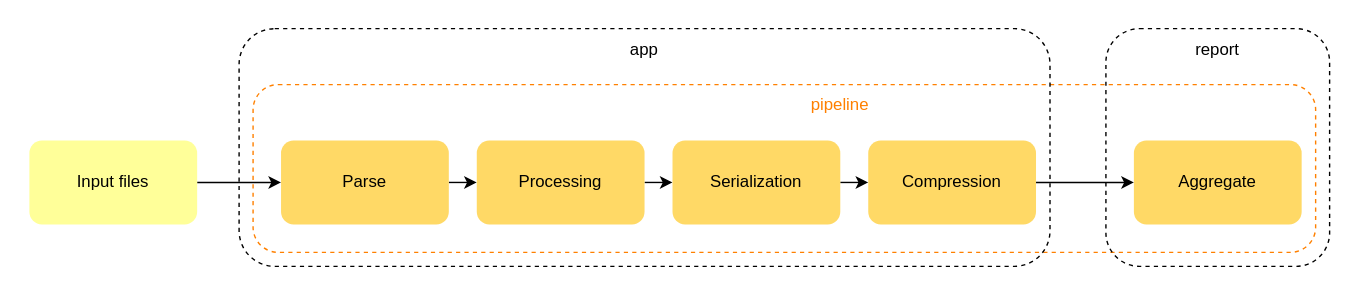
This is docs/media/pipeline.svg from mlomb/chat-analytics, a draw.io export, as it was before one commit. Source tidied: cells renumbered, new cells last; positions are measured from the earlier drawing's top-left corner, leaving out a move shared by most shapes.
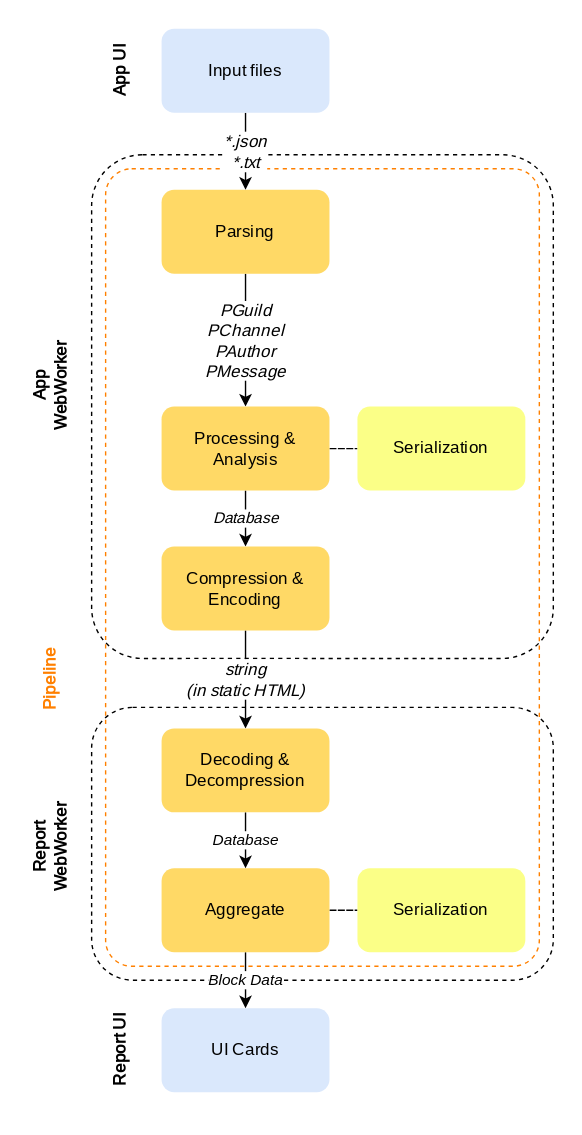
After the commit.

Diff of the diagram source:
```diff
@@ -1,57 +1,81 @@
-<mxGraphModel>
+<mxGraphModel background="#FFFFFF">
   <root>
     <mxCell id="0" />
     <mxCell id="1" parent="0" />
+    <mxCell id="3" style="rounded=1;whiteSpace=wrap;html=1;shadow=0;dashed=1;strokeWidth=1;fillColor=none;fontFamily=Open Sans;fontSource=https%3A%2F%2Ffonts.googleapis.com%2Fcss%3Ffamily%3DOpen%2BSans;glass=0;arcSize=11;" parent="1" vertex="1">
+      <mxGeometry x="80" width="330" height="360" as="geometry" />
+    </mxCell>
-    <mxCell id="2" style="rounded=1;whiteSpace=wrap;html=1;shadow=0;dashed=1;strokeWidth=1;fillColor=none;strokeColor=#FF8000;" parent="1" vertex="1">
-      <mxGeometry x="160" y="40" width="760" height="120" as="geometry" />
+    <mxCell id="2" style="rounded=1;whiteSpace=wrap;html=1;shadow=0;dashed=1;strokeWidth=1;fillColor=none;strokeColor=#FF8000;fontFamily=Open Sans;fontSource=https%3A%2F%2Ffonts.googleapis.com%2Fcss%3Ffamily%3DOpen%2BSans;arcSize=6;" parent="1" vertex="1">
+      <mxGeometry x="90" y="10" width="310" height="570" as="geometry" />
     </mxCell>
-    <mxCell id="3" style="rounded=1;whiteSpace=wrap;html=1;shadow=0;dashed=1;strokeWidth=1;fillColor=none;" parent="1" vertex="1">
-      <mxGeometry x="150" width="580" height="170" as="geometry" />
-    </mxCell>
-    <mxCell id="4" style="edgeStyle=orthogonalEdgeStyle;rounded=0;jettySize=auto;html=1;exitX=1;exitY=0.5;exitDx=0;exitDy=0;entryX=0;entryY=0.5;entryDx=0;entryDy=0;fontFamily=Helvetica;fontSize=12;fontColor=default;" parent="1" edge="1" source="5" target="7">
+    <mxCell id="4" value="&lt;i&gt;PGuild&lt;br&gt;PChannel&lt;br&gt;PAuthor&lt;br&gt;PMessage&lt;/i&gt;" style="edgeStyle=orthogonalEdgeStyle;rounded=0;jettySize=auto;html=1;exitX=0.5;exitY=1;exitDx=0;exitDy=0;entryX=0.5;entryY=0;entryDx=0;entryDy=0;fontFamily=Open Sans;fontSize=12;fontColor=default;fontSource=https%3A%2F%2Ffonts.googleapis.com%2Fcss%3Ffamily%3DOpen%2BSans;" parent="1" edge="1" source="5" target="7">
       <mxGeometry relative="1" as="geometry" />
     </mxCell>
-    <mxCell id="5" value="Parse" style="rounded=1;whiteSpace=wrap;html=1;shadow=0;dashed=1;fontFamily=Helvetica;fontSize=12;fontColor=default;strokeColor=none;strokeWidth=1;fillColor=#FFD966;" parent="1" vertex="1">
-      <mxGeometry x="180" y="80" width="120" height="60" as="geometry" />
+    <mxCell id="5" value="Parsing" style="rounded=1;whiteSpace=wrap;html=1;shadow=0;dashed=1;fontFamily=Open Sans;fontSize=12;fontColor=default;strokeColor=none;strokeWidth=1;fillColor=#FFD966;fontSource=https%3A%2F%2Ffonts.googleapis.com%2Fcss%3Ffamily%3DOpen%2BSans;" parent="1" vertex="1">
+      <mxGeometry x="130" y="25" width="120" height="60" as="geometry" />
     </mxCell>
+    <mxCell id="19" value="&lt;i&gt;Database&lt;/i&gt;" style="edgeStyle=orthogonalEdgeStyle;rounded=0;jettySize=auto;html=1;exitX=0.5;exitY=1;exitDx=0;exitDy=0;entryX=0.5;entryY=0;entryDx=0;entryDy=0;fontFamily=Open Sans;fontSource=https%3A%2F%2Ffonts.googleapis.com%2Fcss%3Ffamily%3DOpen%2BSans;" parent="1" edge="1" source="7" target="15">
+      <mxGeometry relative="1" as="geometry" />
+    </mxCell>
-    <mxCell id="6" style="edgeStyle=orthogonalEdgeStyle;rounded=0;jettySize=auto;html=1;exitX=1;exitY=0.5;exitDx=0;exitDy=0;entryX=0;entryY=0.5;entryDx=0;entryDy=0;fontFamily=Helvetica;fontSize=12;fontColor=default;" parent="1" edge="1" source="7" target="13">
+    <mxCell id="6" style="edgeStyle=orthogonalEdgeStyle;rounded=0;jettySize=auto;html=1;strokeColor=default;strokeWidth=1;endArrow=none;endFill=0;dashed=1;fontFamily=Open Sans;fontSource=https%3A%2F%2Ffonts.googleapis.com%2Fcss%3Ffamily%3DOpen%2BSans;" parent="1" edge="1" source="7" target="13">
       <mxGeometry relative="1" as="geometry" />
     </mxCell>
-    <mxCell id="7" value="Processing" style="rounded=1;whiteSpace=wrap;html=1;shadow=0;dashed=1;fontFamily=Helvetica;fontSize=12;fontColor=default;strokeColor=none;strokeWidth=1;fillColor=#FFD966;" parent="1" vertex="1">
-      <mxGeometry x="320" y="80" width="120" height="60" as="geometry" />
+    <mxCell id="7" value="Processing &amp;amp;&lt;br&gt;Analysis" style="rounded=1;whiteSpace=wrap;html=1;shadow=0;dashed=1;fontFamily=Open Sans;fontSize=12;fontColor=default;strokeColor=none;strokeWidth=1;fillColor=#FFD966;fontSource=https%3A%2F%2Ffonts.googleapis.com%2Fcss%3Ffamily%3DOpen%2BSans;" parent="1" vertex="1">
+      <mxGeometry x="130" y="180" width="120" height="60" as="geometry" />
     </mxCell>
-    <mxCell id="8" value="app" style="text;html=1;strokeColor=none;fillColor=none;align=center;verticalAlign=middle;whiteSpace=wrap;rounded=0;shadow=0;dashed=1;fontFamily=Helvetica;fontSize=12;fontColor=default;" parent="1" vertex="1">
-      <mxGeometry x="410" width="60" height="30" as="geometry" />
+    <mxCell id="8" value="App WebWorker" style="text;html=1;strokeColor=none;fillColor=none;align=center;verticalAlign=middle;whiteSpace=wrap;rounded=0;shadow=0;dashed=1;fontFamily=Open Sans;fontSize=12;fontColor=default;fontSource=https%3A%2F%2Ffonts.googleapis.com%2Fcss%3Ffamily%3DOpen%2BSans;fontStyle=1;rotation=-90;" parent="1" vertex="1">
+      <mxGeometry x="20" y="150" width="60" height="30" as="geometry" />
     </mxCell>
-    <mxCell id="9" style="rounded=1;whiteSpace=wrap;html=1;shadow=0;dashed=1;strokeWidth=1;fillColor=none;" parent="1" vertex="1">
-      <mxGeometry x="770" width="160" height="170" as="geometry" />
+    <mxCell id="9" style="rounded=1;whiteSpace=wrap;html=1;shadow=0;dashed=1;strokeWidth=1;fillColor=none;fontFamily=Open Sans;fontSource=https%3A%2F%2Ffonts.googleapis.com%2Fcss%3Ffamily%3DOpen%2BSans;" parent="1" vertex="1">
+      <mxGeometry x="80" y="395" width="330" height="195" as="geometry" />
     </mxCell>
-    <mxCell id="10" value="report" style="text;html=1;strokeColor=none;fillColor=none;align=center;verticalAlign=middle;whiteSpace=wrap;rounded=0;shadow=0;dashed=1;fontFamily=Helvetica;fontSize=12;fontColor=default;" parent="1" vertex="1">
-      <mxGeometry x="820" width="60" height="30" as="geometry" />
+    <mxCell id="10" value="Report WebWorker" style="text;html=1;strokeColor=none;fillColor=none;align=center;verticalAlign=middle;whiteSpace=wrap;rounded=0;shadow=0;dashed=1;fontFamily=Open Sans;fontSize=12;fontColor=default;fontSource=https%3A%2F%2Ffonts.googleapis.com%2Fcss%3Ffamily%3DOpen%2BSans;fontStyle=1;rotation=-90;" parent="1" vertex="1">
+      <mxGeometry x="10" y="480" width="80" height="30" as="geometry" />
     </mxCell>
+    <mxCell id="20" style="edgeStyle=orthogonalEdgeStyle;rounded=0;jettySize=auto;html=1;dashed=1;strokeColor=default;strokeWidth=1;endArrow=none;endFill=0;fontFamily=Open Sans;fontSource=https%3A%2F%2Ffonts.googleapis.com%2Fcss%3Ffamily%3DOpen%2BSans;" parent="1" edge="1" source="11" target="22">
+      <mxGeometry relative="1" as="geometry" />
+    </mxCell>
+    <mxCell id="21" value="&lt;i&gt;Block Data&lt;/i&gt;" style="edgeStyle=orthogonalEdgeStyle;rounded=0;jettySize=auto;html=1;exitX=0.5;exitY=1;exitDx=0;exitDy=0;entryX=0.5;entryY=0;entryDx=0;entryDy=0;fontColor=#000000;" parent="1" edge="1" source="11" target="25">
+      <mxGeometry relative="1" as="geometry" />
+    </mxCell>
-    <mxCell id="11" value="Aggregate" style="rounded=1;whiteSpace=wrap;html=1;shadow=0;dashed=1;fontFamily=Helvetica;fontSize=12;fontColor=default;strokeColor=none;strokeWidth=1;fillColor=#FFD966;" parent="1" vertex="1">
-      <mxGeometry x="790" y="80" width="120" height="60" as="geometry" />
+    <mxCell id="11" value="Aggregate" style="rounded=1;whiteSpace=wrap;html=1;shadow=0;dashed=1;fontFamily=Open Sans;fontSize=12;fontColor=default;strokeColor=none;strokeWidth=1;fillColor=#FFD966;fontSource=https%3A%2F%2Ffonts.googleapis.com%2Fcss%3Ffamily%3DOpen%2BSans;" parent="1" vertex="1">
+      <mxGeometry x="130" y="510" width="120" height="60" as="geometry" />
     </mxCell>
-    <mxCell id="12" style="edgeStyle=orthogonalEdgeStyle;rounded=0;jettySize=auto;html=1;exitX=1;exitY=0.5;exitDx=0;exitDy=0;entryX=0;entryY=0.5;entryDx=0;entryDy=0;fontFamily=Helvetica;fontSize=12;fontColor=default;" parent="1" edge="1" source="13" target="15">
-      <mxGeometry relative="1" as="geometry" />
-    </mxCell>
-    <mxCell id="13" value="Serialization" style="rounded=1;whiteSpace=wrap;html=1;shadow=0;dashed=1;fontFamily=Helvetica;fontSize=12;fontColor=default;strokeColor=none;strokeWidth=1;fillColor=#FFD966;" parent="1" vertex="1">
-      <mxGeometry x="460" y="80" width="120" height="60" as="geometry" />
+    <mxCell id="13" value="Serialization" style="rounded=1;whiteSpace=wrap;html=1;shadow=0;dashed=1;fontFamily=Open Sans;fontSize=12;fontColor=default;strokeColor=none;strokeWidth=1;fillColor=#FBFF87;fontSource=https%3A%2F%2Ffonts.googleapis.com%2Fcss%3Ffamily%3DOpen%2BSans;" parent="1" vertex="1">
+      <mxGeometry x="270" y="180" width="120" height="60" as="geometry" />
     </mxCell>
-    <mxCell id="14" style="edgeStyle=orthogonalEdgeStyle;rounded=0;jettySize=auto;html=1;exitX=1;exitY=0.5;exitDx=0;exitDy=0;entryX=0;entryY=0.5;entryDx=0;entryDy=0;fontFamily=Helvetica;fontSize=12;fontColor=default;" parent="1" edge="1" source="15" target="11">
+    <mxCell id="14" value="&lt;i&gt;string&lt;br&gt;(in static HTML)&lt;br&gt;&lt;/i&gt;" style="edgeStyle=orthogonalEdgeStyle;rounded=0;jettySize=auto;html=1;exitX=0.5;exitY=1;exitDx=0;exitDy=0;entryX=0.5;entryY=0;entryDx=0;entryDy=0;fontFamily=Open Sans;fontSize=12;fontColor=default;fontSource=https%3A%2F%2Ffonts.googleapis.com%2Fcss%3Ffamily%3DOpen%2BSans;" parent="1" edge="1" source="15" target="24">
       <mxGeometry relative="1" as="geometry" />
     </mxCell>
-    <mxCell id="15" value="Compression" style="rounded=1;whiteSpace=wrap;html=1;shadow=0;dashed=1;fontFamily=Helvetica;fontSize=12;fontColor=default;strokeColor=none;strokeWidth=1;fillColor=#FFD966;" parent="1" vertex="1">
-      <mxGeometry x="600" y="80" width="120" height="60" as="geometry" />
+    <mxCell id="15" value="Compression &amp;amp; Encoding" style="rounded=1;whiteSpace=wrap;html=1;shadow=0;dashed=1;fontFamily=Open Sans;fontSize=12;fontColor=default;strokeColor=none;strokeWidth=1;fillColor=#FFD966;fontSource=https%3A%2F%2Ffonts.googleapis.com%2Fcss%3Ffamily%3DOpen%2BSans;" parent="1" vertex="1">
+      <mxGeometry x="130" y="280" width="120" height="60" as="geometry" />
     </mxCell>
-    <mxCell id="16" style="edgeStyle=orthogonalEdgeStyle;rounded=0;jettySize=auto;html=1;exitX=1;exitY=0.5;exitDx=0;exitDy=0;entryX=0;entryY=0.5;entryDx=0;entryDy=0;fontFamily=Helvetica;fontSize=12;fontColor=default;" parent="1" edge="1" source="17" target="5">
+    <mxCell id="16" value="&lt;i&gt;*.json&lt;br&gt;*.txt&lt;/i&gt;" style="edgeStyle=orthogonalEdgeStyle;rounded=0;jettySize=auto;html=1;exitX=0.5;exitY=1;exitDx=0;exitDy=0;entryX=0.5;entryY=0;entryDx=0;entryDy=0;fontFamily=Open Sans;fontSize=12;fontColor=default;fontSource=https%3A%2F%2Ffonts.googleapis.com%2Fcss%3Ffamily%3DOpen%2BSans;" parent="1" edge="1" source="17" target="5">
       <mxGeometry relative="1" as="geometry" />
     </mxCell>
-    <mxCell id="17" value="Input files" style="rounded=1;whiteSpace=wrap;html=1;shadow=0;dashed=1;fontFamily=Helvetica;fontSize=12;fontColor=default;strokeColor=none;strokeWidth=1;fillColor=#FFFF99;" parent="1" vertex="1">
-      <mxGeometry y="80" width="120" height="60" as="geometry" />
+    <mxCell id="17" value="Input files" style="rounded=1;whiteSpace=wrap;html=1;shadow=0;dashed=1;fontFamily=Open Sans;fontSize=12;strokeColor=none;strokeWidth=1;fillColor=#dae8fc;fontSource=https%3A%2F%2Ffonts.googleapis.com%2Fcss%3Ffamily%3DOpen%2BSans;" parent="1" vertex="1">
+      <mxGeometry x="130" y="-90" width="120" height="60" as="geometry" />
     </mxCell>
-    <mxCell id="18" value="pipeline" style="text;html=1;strokeColor=none;fillColor=none;align=center;verticalAlign=middle;whiteSpace=wrap;rounded=0;shadow=0;dashed=1;fontFamily=Helvetica;fontSize=12;fontColor=#FF8000;" parent="1" vertex="1">
-      <mxGeometry x="550" y="40" width="60" height="30" as="geometry" />
+    <mxCell id="18" value="Pipeline" style="text;html=1;strokeColor=none;fillColor=none;align=center;verticalAlign=middle;whiteSpace=wrap;rounded=0;shadow=0;dashed=1;fontFamily=Open Sans;fontSize=12;fontColor=#FF8000;fontSource=https%3A%2F%2Ffonts.googleapis.com%2Fcss%3Ffamily%3DOpen%2BSans;fontStyle=1;rotation=-90;" parent="1" vertex="1">
+      <mxGeometry x="20" y="360" width="60" height="30" as="geometry" />
     </mxCell>
+    <mxCell id="22" value="Serialization" style="rounded=1;whiteSpace=wrap;html=1;shadow=0;dashed=1;fontFamily=Open Sans;fontSize=12;fontColor=default;strokeColor=none;strokeWidth=1;fillColor=#FBFF87;fontSource=https%3A%2F%2Ffonts.googleapis.com%2Fcss%3Ffamily%3DOpen%2BSans;" parent="1" vertex="1">
+      <mxGeometry x="270" y="510" width="120" height="60" as="geometry" />
+    </mxCell>
+    <mxCell id="23" value="&lt;i&gt;&lt;font color=&quot;#000000&quot;&gt;Database&lt;/font&gt;&lt;/i&gt;" style="edgeStyle=orthogonalEdgeStyle;rounded=0;jettySize=auto;html=1;exitX=0.5;exitY=1;exitDx=0;exitDy=0;entryX=0.5;entryY=0;entryDx=0;entryDy=0;fontColor=#CC99FF;" parent="1" edge="1" source="24" target="11">
+      <mxGeometry relative="1" as="geometry" />
+    </mxCell>
+    <mxCell id="24" value="Decoding &amp;amp; Decompression" style="rounded=1;whiteSpace=wrap;html=1;shadow=0;dashed=1;fontFamily=Open Sans;fontSize=12;fontColor=default;strokeColor=none;strokeWidth=1;fillColor=#FFD966;fontSource=https%3A%2F%2Ffonts.googleapis.com%2Fcss%3Ffamily%3DOpen%2BSans;" parent="1" vertex="1">
+      <mxGeometry x="130" y="410" width="120" height="60" as="geometry" />
+    </mxCell>
+    <mxCell id="25" value="UI Cards" style="rounded=1;whiteSpace=wrap;html=1;shadow=0;dashed=1;fontFamily=Open Sans;fontSize=12;strokeColor=none;strokeWidth=1;fillColor=#dae8fc;fontSource=https%3A%2F%2Ffonts.googleapis.com%2Fcss%3Ffamily%3DOpen%2BSans;" parent="1" vertex="1">
+      <mxGeometry x="130" y="610" width="120" height="60" as="geometry" />
+    </mxCell>
+    <mxCell id="26" value="App UI" style="text;html=1;strokeColor=none;fillColor=none;align=center;verticalAlign=middle;whiteSpace=wrap;rounded=0;shadow=0;dashed=1;fontFamily=Open Sans;fontSize=12;fontColor=default;fontSource=https%3A%2F%2Ffonts.googleapis.com%2Fcss%3Ffamily%3DOpen%2BSans;fontStyle=1;rotation=-90;" parent="1" vertex="1">
+      <mxGeometry x="70" y="-75" width="60" height="30" as="geometry" />
+    </mxCell>
+    <mxCell id="27" value="Report UI" style="text;html=1;strokeColor=none;fillColor=none;align=center;verticalAlign=middle;whiteSpace=wrap;rounded=0;shadow=0;dashed=1;fontFamily=Open Sans;fontSize=12;fontColor=default;fontSource=https%3A%2F%2Ffonts.googleapis.com%2Fcss%3Ffamily%3DOpen%2BSans;fontStyle=1;rotation=-90;" parent="1" vertex="1">
+      <mxGeometry x="60" y="625" width="80" height="30" as="geometry" />
+    </mxCell>
   </root>
 </mxGraphModel>
```
